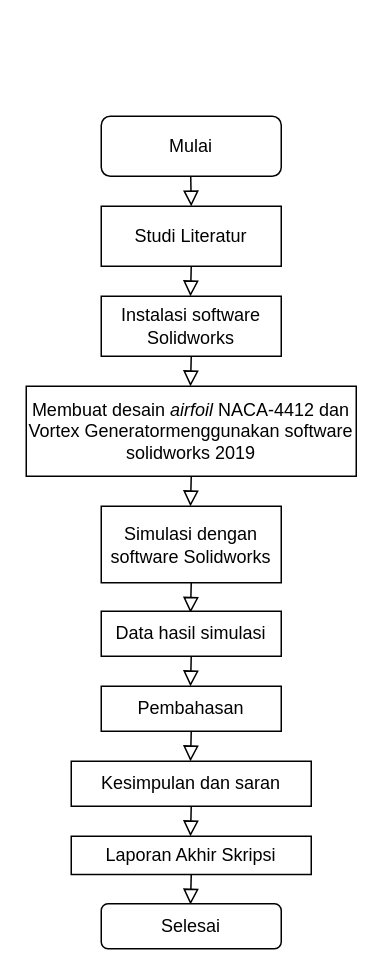
aisayudia/aisayudia.github.io keeps this draw.io diagram as 3.1.drawio. Above is the earlier version. Source tidied: cells renumbered, new cells numbered last; positions are measured from the earlier drawing's top-left corner, leaving out a move shared by most shapes. Both pictures are drawn from the tidied source at 150%, with x=0, y=0 at pixel (26, 116).
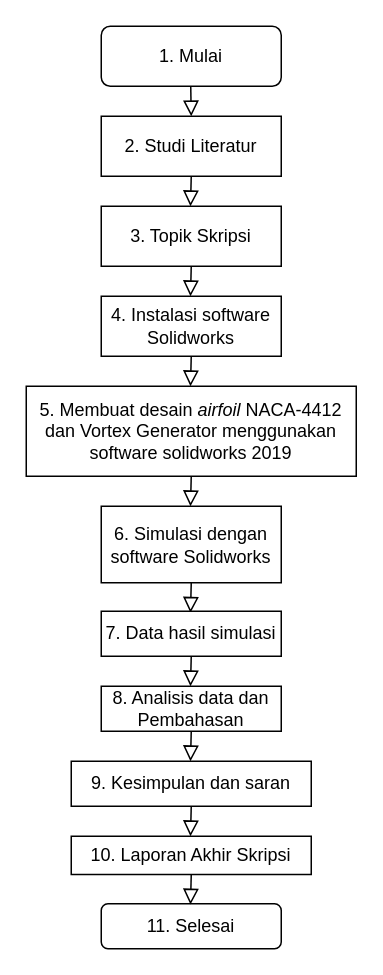
The same diagram, later.

Diff of the diagram source:
```diff
@@
     <mxCell id="2" style="rounded=0;html=1;jettySize=auto;orthogonalLoop=1;fontSize=11;endArrow=block;endFill=0;endSize=8;strokeWidth=1;shadow=0;labelBackgroundColor=none;edgeStyle=orthogonalEdgeStyle;" parent="1" edge="1">
       <mxGeometry relative="1" as="geometry">
-        <mxPoint x="109.5" y="30" as="sourcePoint" />
-        <mxPoint x="110" y="60" as="targetPoint" />
+        <mxPoint x="109.5" y="-30" as="sourcePoint" />
+        <mxPoint x="110" as="targetPoint" />
       </mxGeometry>
     </mxCell>
-    <mxCell id="3" value="Mulai" style="rounded=1;whiteSpace=wrap;html=1;" parent="1" vertex="1">
-      <mxGeometry x="50" width="120" height="40" as="geometry" />
+    <mxCell id="3" value="1. Mulai" style="rounded=1;whiteSpace=wrap;html=1;" parent="1" vertex="1">
+      <mxGeometry x="50" y="-60" width="120" height="40" as="geometry" />
     </mxCell>
     <mxCell id="4" style="rounded=0;html=1;jettySize=auto;orthogonalLoop=1;fontSize=11;endArrow=block;endFill=0;endSize=8;strokeWidth=1;shadow=0;labelBackgroundColor=none;edgeStyle=orthogonalEdgeStyle;" parent="1" edge="1">
       <mxGeometry relative="1" as="geometry">
-        <mxPoint x="110" y="100" as="sourcePoint" />
-        <mxPoint x="109.5" y="120" as="targetPoint" />
+        <mxPoint x="110" y="40" as="sourcePoint" />
+        <mxPoint x="109.5" y="60" as="targetPoint" />
       </mxGeometry>
     </mxCell>
     <mxCell id="5" style="rounded=0;html=1;jettySize=auto;orthogonalLoop=1;fontSize=11;endArrow=block;endFill=0;endSize=8;strokeWidth=1;shadow=0;labelBackgroundColor=none;edgeStyle=orthogonalEdgeStyle;" parent="1" edge="1">
       <mxGeometry relative="1" as="geometry">
-        <mxPoint x="110" y="240" as="sourcePoint" />
-        <mxPoint x="109.5" y="260" as="targetPoint" />
+        <mxPoint x="110" y="100" as="sourcePoint" />
+        <mxPoint x="109.5" y="120" as="targetPoint" />
       </mxGeometry>
     </mxCell>
     <mxCell id="6" style="rounded=0;html=1;jettySize=auto;orthogonalLoop=1;fontSize=11;endArrow=block;endFill=0;endSize=8;strokeWidth=1;shadow=0;labelBackgroundColor=none;edgeStyle=orthogonalEdgeStyle;" parent="1" edge="1">
       <mxGeometry relative="1" as="geometry">
-        <mxPoint x="110" y="505.5" as="sourcePoint" />
-        <mxPoint x="109.5" y="525.5" as="targetPoint" />
+        <mxPoint x="110" y="439.5" as="sourcePoint" />
+        <mxPoint x="109.5" y="459.5" as="targetPoint" />
       </mxGeometry>
     </mxCell>
-    <mxCell id="7" value="Studi Literatur" style="rounded=0;whiteSpace=wrap;html=1;" parent="1" vertex="1">
-      <mxGeometry x="50" y="60" width="120" height="40" as="geometry" />
+    <mxCell id="7" value="2. Studi Literatur" style="rounded=0;whiteSpace=wrap;html=1;" parent="1" vertex="1">
+      <mxGeometry x="50" width="120" height="40" as="geometry" />
     </mxCell>
-    <mxCell id="8" value="Instalasi software Solidworks" style="rounded=0;whiteSpace=wrap;html=1;" parent="1" vertex="1">
+    <mxCell id="8" value="4. Instalasi software Solidworks" style="rounded=0;whiteSpace=wrap;html=1;" parent="1" vertex="1">
       <mxGeometry x="50" y="120" width="120" height="40" as="geometry" />
     </mxCell>
-    <mxCell id="9" value="&lt;p align=&quot;center&quot;&gt;&lt;span&gt;Membuat desain &lt;i&gt;airfoil&lt;/i&gt; NACA-4412 dan Vortex Generatormenggunakan software solidworks 2019&lt;/span&gt;&lt;/p&gt;" style="rounded=0;whiteSpace=wrap;html=1;" parent="1" vertex="1">
+    <mxCell id="9" value="&lt;p align=&quot;center&quot;&gt;&lt;span&gt;5. Membuat desain &lt;i&gt;airfoil&lt;/i&gt; NACA-4412 dan Vortex Generator menggunakan software solidworks 2019&lt;/span&gt;&lt;/p&gt;" style="rounded=0;whiteSpace=wrap;html=1;" parent="1" vertex="1">
       <mxGeometry y="180" width="220" height="60" as="geometry" />
     </mxCell>
-    <mxCell id="10" value="Simulasi dengan software Solidworks" style="rounded=0;whiteSpace=wrap;html=1;" parent="1" vertex="1">
+    <mxCell id="10" value="6. Simulasi dengan software Solidworks" style="rounded=0;whiteSpace=wrap;html=1;" parent="1" vertex="1">
       <mxGeometry x="50" y="260" width="120" height="51" as="geometry" />
     </mxCell>
@@
     <mxCell id="13" style="rounded=0;html=1;jettySize=auto;orthogonalLoop=1;fontSize=11;endArrow=block;endFill=0;endSize=8;strokeWidth=1;shadow=0;labelBackgroundColor=none;edgeStyle=orthogonalEdgeStyle;" parent="1" edge="1">
       <mxGeometry relative="1" as="geometry">
-        <mxPoint x="110" y="360" as="sourcePoint" />
-        <mxPoint x="109.5" y="380" as="targetPoint" />
+        <mxPoint x="110" y="240" as="sourcePoint" />
+        <mxPoint x="109.5" y="260" as="targetPoint" />
       </mxGeometry>
     </mxCell>
-    <mxCell id="14" value="Data hasil simulasi" style="rounded=0;whiteSpace=wrap;html=1;" parent="1" vertex="1">
+    <mxCell id="14" value="7. Data hasil simulasi" style="rounded=0;whiteSpace=wrap;html=1;" parent="1" vertex="1">
       <mxGeometry x="50" y="330" width="120" height="30" as="geometry" />
     </mxCell>
-    <mxCell id="15" value="Pembahasan" style="rounded=0;whiteSpace=wrap;html=1;" parent="1" vertex="1">
+    <mxCell id="15" value="8. Analisis data dan Pembahasan" style="rounded=0;whiteSpace=wrap;html=1;" parent="1" vertex="1">
       <mxGeometry x="50" y="380" width="120" height="30" as="geometry" />
     </mxCell>
     <mxCell id="16" style="rounded=0;html=1;jettySize=auto;orthogonalLoop=1;fontSize=11;endArrow=block;endFill=0;endSize=8;strokeWidth=1;shadow=0;labelBackgroundColor=none;edgeStyle=orthogonalEdgeStyle;" parent="1" edge="1">
       <mxGeometry relative="1" as="geometry">
-        <mxPoint x="110" y="410" as="sourcePoint" />
-        <mxPoint x="109.5" y="430" as="targetPoint" />
+        <mxPoint x="110" y="360" as="sourcePoint" />
+        <mxPoint x="109.5" y="380" as="targetPoint" />
       </mxGeometry>
     </mxCell>
-    <mxCell id="17" value="Kesimpulan dan saran" style="rounded=0;whiteSpace=wrap;html=1;" parent="1" vertex="1">
+    <mxCell id="17" value="9. Kesimpulan dan saran" style="rounded=0;whiteSpace=wrap;html=1;" parent="1" vertex="1">
       <mxGeometry x="30" y="430" width="160" height="30" as="geometry" />
     </mxCell>
@@
-    <mxCell id="19" value="Laporan Akhir Skripsi" style="rounded=0;whiteSpace=wrap;html=1;" parent="1" vertex="1">
+    <mxCell id="19" value="10. Laporan Akhir Skripsi" style="rounded=0;whiteSpace=wrap;html=1;" parent="1" vertex="1">
       <mxGeometry x="30" y="480" width="160" height="25.5" as="geometry" />
     </mxCell>
-    <mxCell id="20" value="Selesai" style="rounded=1;whiteSpace=wrap;html=1;" parent="1" vertex="1">
+    <mxCell id="20" value="11. Selesai" style="rounded=1;whiteSpace=wrap;html=1;" parent="1" vertex="1">
       <mxGeometry x="50" y="525" width="120" height="30" as="geometry" />
     </mxCell>
+    <mxCell id="21" style="rounded=0;html=1;jettySize=auto;orthogonalLoop=1;fontSize=11;endArrow=block;endFill=0;endSize=8;strokeWidth=1;shadow=0;labelBackgroundColor=none;edgeStyle=orthogonalEdgeStyle;" parent="1" edge="1">
+      <mxGeometry relative="1" as="geometry">
+        <mxPoint x="110" y="410" as="sourcePoint" />
+        <mxPoint x="109.5" y="430" as="targetPoint" />
+      </mxGeometry>
+    </mxCell>
+    <mxCell id="22" style="rounded=0;html=1;jettySize=auto;orthogonalLoop=1;fontSize=11;endArrow=block;endFill=0;endSize=8;strokeWidth=1;shadow=0;labelBackgroundColor=none;edgeStyle=orthogonalEdgeStyle;" parent="1" edge="1">
+      <mxGeometry relative="1" as="geometry">
+        <mxPoint x="110" y="505.5" as="sourcePoint" />
+        <mxPoint x="109.5" y="525.5" as="targetPoint" />
+      </mxGeometry>
+    </mxCell>
+    <mxCell id="23" value="3. Topik Skripsi" style="rounded=0;whiteSpace=wrap;html=1;" parent="1" vertex="1">
+      <mxGeometry x="50" y="60" width="120" height="40" as="geometry" />
+    </mxCell>
```
